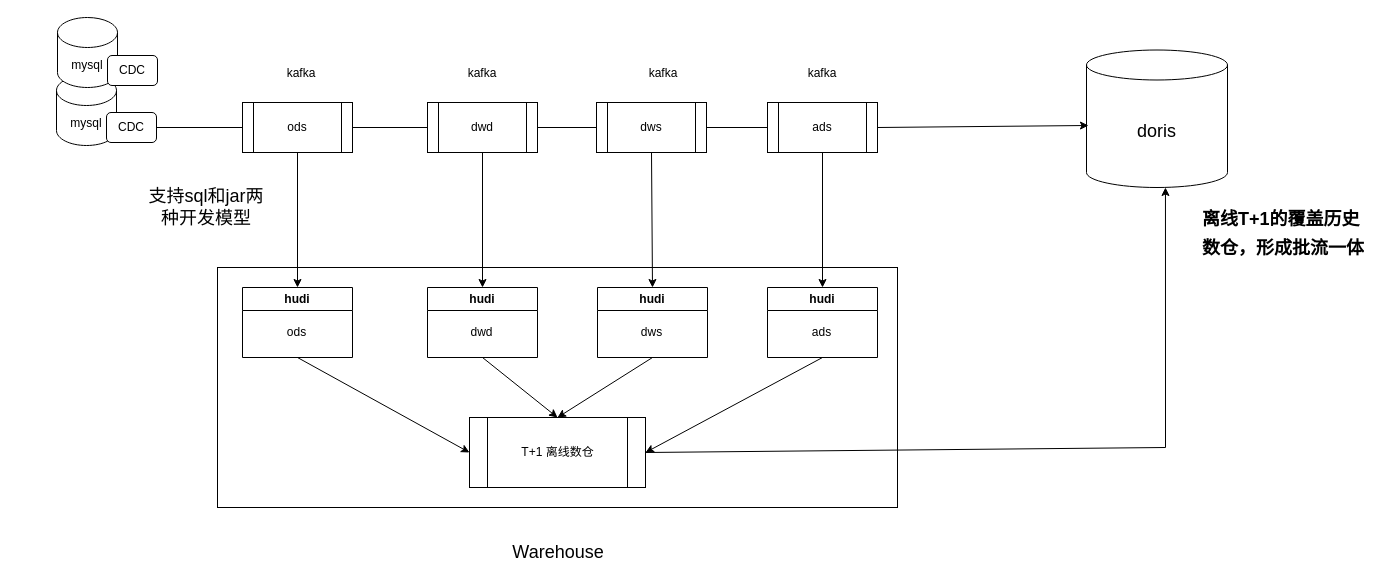
The draw.io diagram 实时数仓架构.drawio in stgztsw/diagrams, before the edit. Source tidied: cells renumbered, new cells numbered last; positions are measured from the earlier drawing's top-left corner, leaving out a move shared by most shapes. Both pictures are drawn from the tidied source at 100%, with x=0, y=0 at pixel (56, 17).
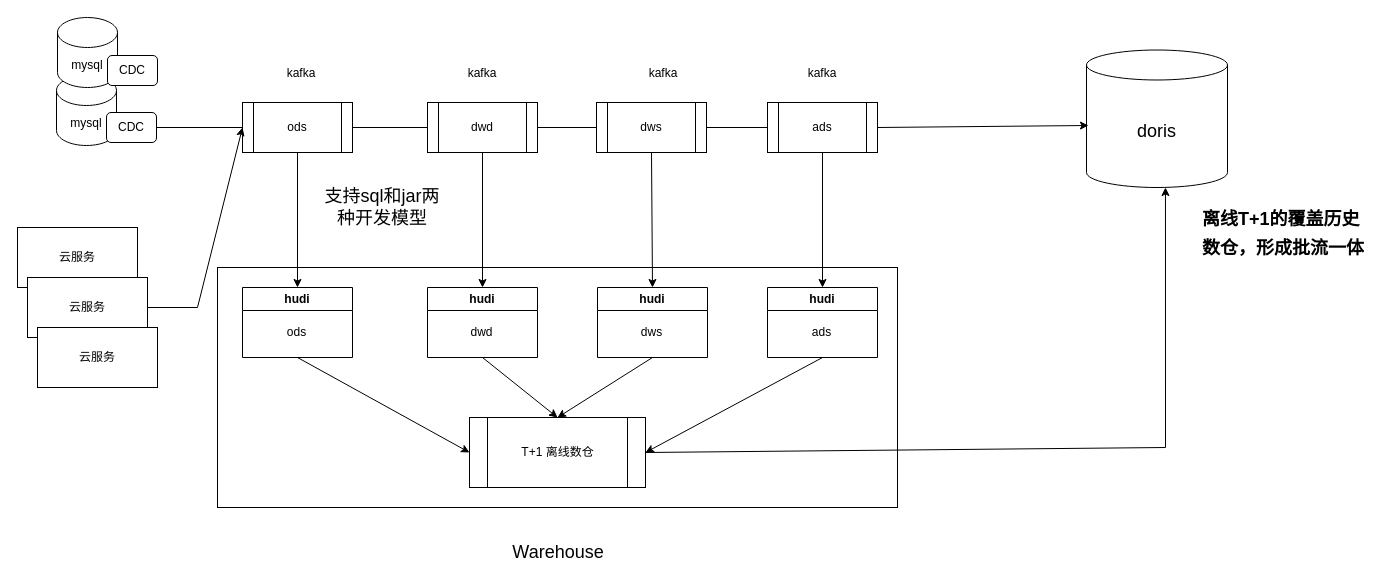
Above is the later version.

Commit message:
更新实时数仓架构.drawio

The change refers to these unchanged cells:
```xml
<mxCell id="6" value="ods" style="shape=process;whiteSpace=wrap;html=1;backgroundOutline=1;" parent="1" vertex="1">
  <mxGeometry x="186" y="85" width="110" height="50" as="geometry" />
</mxCell>
```

What changed in the source:
```diff
@@
     <mxCell id="41" value="&lt;font style=&quot;font-size: 18px;&quot;&gt;支持sql和jar两种开发模型&lt;/font&gt;" style="text;html=1;strokeColor=none;fillColor=none;align=center;verticalAlign=middle;whiteSpace=wrap;rounded=0;" parent="1" vertex="1">
-      <mxGeometry x="85" y="160" width="130" height="59" as="geometry" />
+      <mxGeometry x="261" y="160" width="130" height="59" as="geometry" />
     </mxCell>
+    <mxCell id="42" value="云服务&lt;br&gt;" style="rounded=0;whiteSpace=wrap;html=1;" parent="1" vertex="1">
+      <mxGeometry x="-39" y="210" width="120" height="60" as="geometry" />
+    </mxCell>
+    <mxCell id="43" value="云服务&lt;br&gt;" style="rounded=0;whiteSpace=wrap;html=1;" parent="1" vertex="1">
+      <mxGeometry x="-29" y="260" width="120" height="60" as="geometry" />
+    </mxCell>
+    <mxCell id="44" value="云服务&lt;br&gt;" style="rounded=0;whiteSpace=wrap;html=1;" parent="1" vertex="1">
+      <mxGeometry x="-19" y="310" width="120" height="60" as="geometry" />
+    </mxCell>
+    <mxCell id="45" style="endArrow=classic;html=1;rounded=0;entryX=0;entryY=0.5;entryDx=0;entryDy=0;" parent="1" edge="1" target="6">
+      <mxGeometry relative="1" as="geometry">
+        <mxPoint x="91" y="290" as="sourcePoint" />
+        <Array as="points">
+          <mxPoint x="141" y="290" />
+        </Array>
+      </mxGeometry>
+    </mxCell>
```
